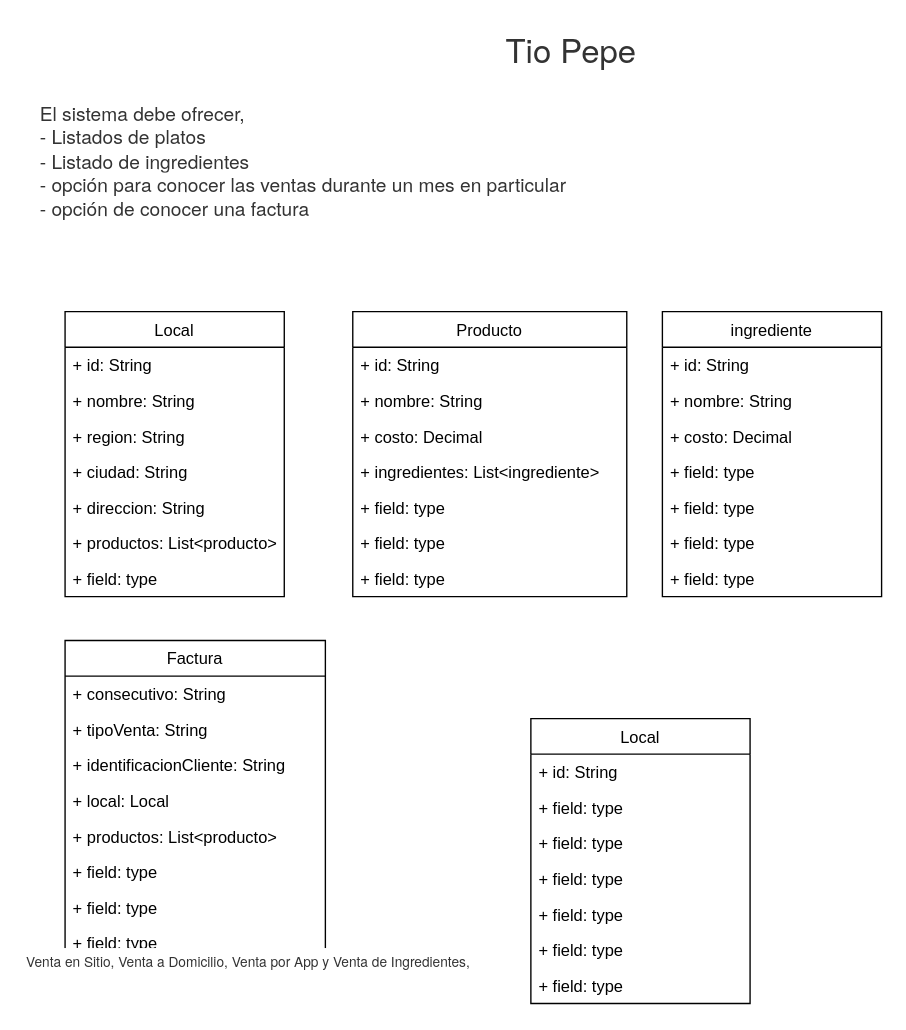
Above: resource/model.drawio in gallego610/tioPipe (draw.io), before the change. Source tidied: cells renumbered, new cells numbered last; positions are measured from the earlier drawing's top-left corner, leaving out a move shared by most shapes. Both pictures are drawn from the tidied source at 137%, with x=0, y=0 at pixel (23, 23).
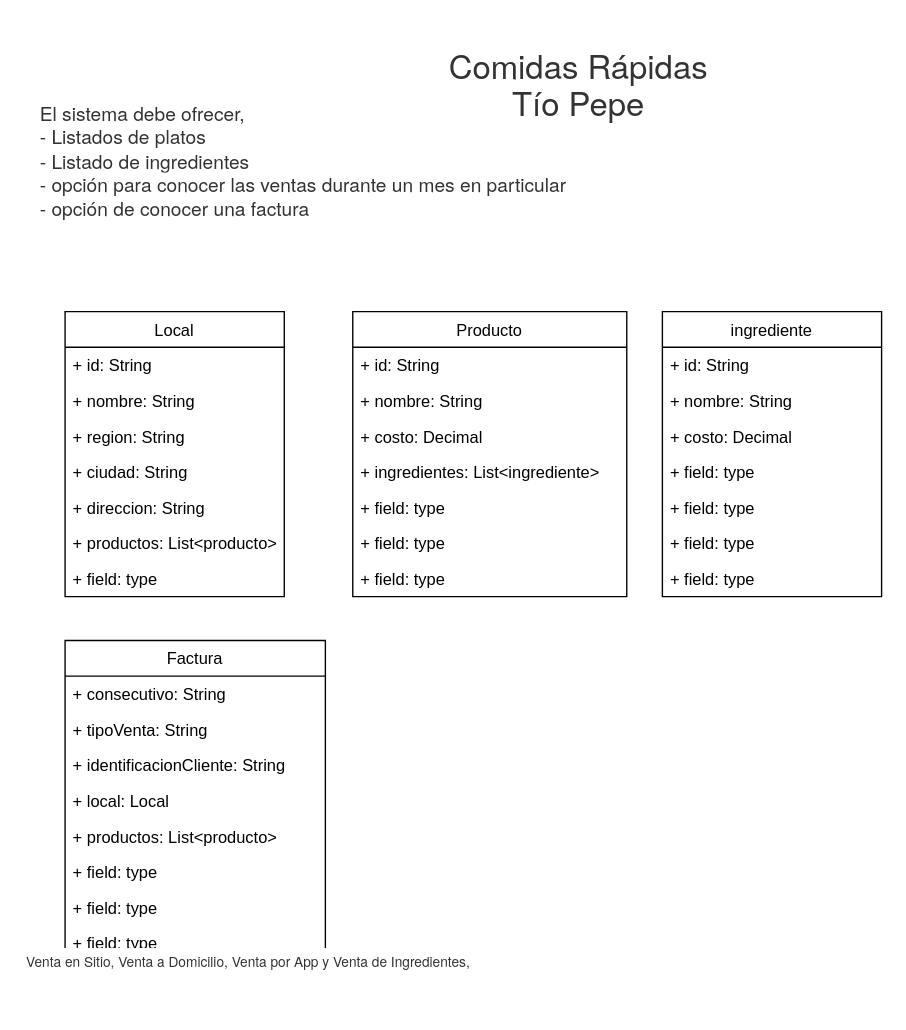
Above is the later version.

Diff of the diagram source:
```diff
@@
-    <mxCell id="2" value="&lt;span style=&quot;color: rgb(51 , 51 , 51) ; font-family: &amp;#34;nunito&amp;#34; , &amp;#34;nunitosans&amp;#34; , &amp;#34;helvetica neue&amp;#34; , &amp;#34;helvetica&amp;#34; , &amp;#34;arial&amp;#34; , sans-serif ; font-style: normal ; font-weight: 400 ; letter-spacing: normal ; text-indent: 0px ; text-transform: none ; word-spacing: 0px ; background-color: rgb(255 , 255 , 255) ; display: inline ; float: none ; line-height: 200%&quot;&gt;&lt;font style=&quot;font-size: 24px&quot;&gt;Tio Pepe&lt;/font&gt;&lt;/span&gt;" style="text;whiteSpace=wrap;html=1;" parent="1" vertex="1">
-      <mxGeometry x="350" width="116" height="30" as="geometry" />
+    <mxCell id="2" value="&lt;div&gt;&lt;span style=&quot;font-size: 24px ; background-color: rgb(255 , 255 , 255) ; color: rgb(51 , 51 , 51) ; font-family: &amp;#34;nunito&amp;#34; , &amp;#34;nunitosans&amp;#34; , &amp;#34;helvetica neue&amp;#34; , &amp;#34;helvetica&amp;#34; , &amp;#34;arial&amp;#34; , sans-serif&quot;&gt;Comidas Rápidas&lt;/span&gt;&lt;/div&gt;&lt;span style=&quot;color: rgb(51 , 51 , 51) ; font-family: &amp;#34;nunito&amp;#34; , &amp;#34;nunitosans&amp;#34; , &amp;#34;helvetica neue&amp;#34; , &amp;#34;helvetica&amp;#34; , &amp;#34;arial&amp;#34; , sans-serif ; font-style: normal ; font-weight: 400 ; letter-spacing: normal ; text-indent: 0px ; text-transform: none ; word-spacing: 0px ; background-color: rgb(255 , 255 , 255) ; display: inline ; float: none ; line-height: 200%&quot;&gt;&lt;div&gt;&lt;span style=&quot;font-size: 24px&quot;&gt;Tío Pepe&lt;/span&gt;&lt;/div&gt;&lt;/span&gt;" style="text;whiteSpace=wrap;html=1;align=center;" parent="1" vertex="1">
+      <mxGeometry x="240" y="10" width="330" height="30" as="geometry" />
     </mxCell>
@@
-    <mxCell id="27" value="Local" style="swimlane;fontStyle=0;horizontal=1;startSize=26;fillColor=none;" parent="1" vertex="1">
-      <mxGeometry x="370" y="507" width="160" height="208" as="geometry" />
-    </mxCell>
-    <mxCell id="28" value="+ id: String" style="text;strokeColor=none;fillColor=none;align=left;verticalAlign=top;spacingLeft=4;spacingRight=4;overflow=hidden;" parent="27" vertex="1">
-      <mxGeometry y="26" width="160" height="26" as="geometry" />
-    </mxCell>
-    <mxCell id="29" value="+ field: type" style="text;strokeColor=none;fillColor=none;align=left;verticalAlign=top;spacingLeft=4;spacingRight=4;overflow=hidden;" parent="27" vertex="1">
-      <mxGeometry y="52" width="160" height="26" as="geometry" />
-    </mxCell>
-    <mxCell id="30" value="+ field: type" style="text;strokeColor=none;fillColor=none;align=left;verticalAlign=top;spacingLeft=4;spacingRight=4;overflow=hidden;" parent="27" vertex="1">
-      <mxGeometry y="78" width="160" height="26" as="geometry" />
-    </mxCell>
-    <mxCell id="31" value="+ field: type" style="text;strokeColor=none;fillColor=none;align=left;verticalAlign=top;spacingLeft=4;spacingRight=4;overflow=hidden;" parent="27" vertex="1">
-      <mxGeometry y="104" width="160" height="26" as="geometry" />
-    </mxCell>
-    <mxCell id="32" value="+ field: type" style="text;strokeColor=none;fillColor=none;align=left;verticalAlign=top;spacingLeft=4;spacingRight=4;overflow=hidden;" parent="27" vertex="1">
-      <mxGeometry y="130" width="160" height="26" as="geometry" />
-    </mxCell>
-    <mxCell id="33" value="+ field: type" style="text;strokeColor=none;fillColor=none;align=left;verticalAlign=top;spacingLeft=4;spacingRight=4;overflow=hidden;" parent="27" vertex="1">
-      <mxGeometry y="156" width="160" height="26" as="geometry" />
-    </mxCell>
-    <mxCell id="34" value="+ field: type" style="text;strokeColor=none;fillColor=none;align=left;verticalAlign=top;spacingLeft=4;spacingRight=4;overflow=hidden;" parent="27" vertex="1">
-      <mxGeometry y="182" width="160" height="26" as="geometry" />
-    </mxCell>
```
